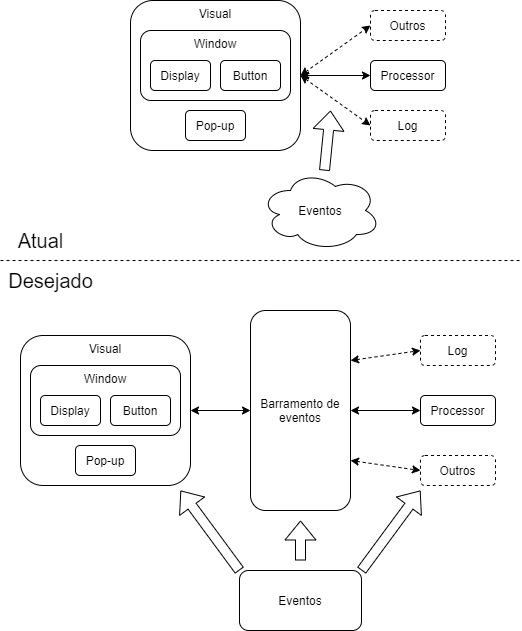
Above: diagramas/2020_05_30_eventos.png in boi-tata/event_driven_calculator (draw.io), before the change. Source tidied: cells renumbered, new cells last; positions are measured from the earlier drawing's top-left corner, leaving out a move shared by most shapes.
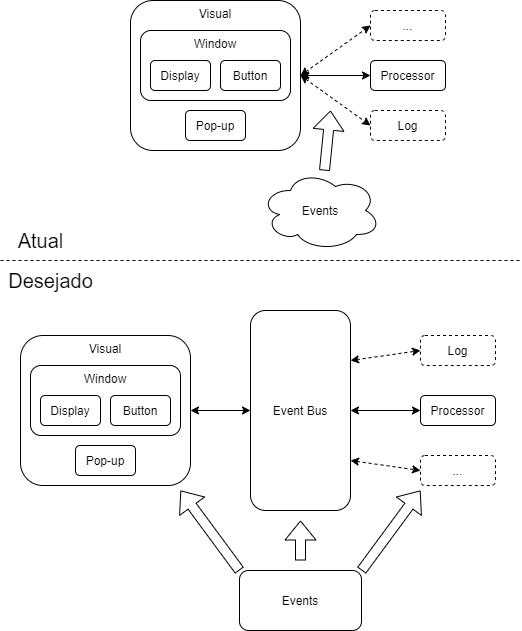
After the commit.

Commit message:
Elementos do diagrama renomeados

The edit, as a diff of the source:
```diff
@@ -2,7 +2,7 @@
   <root>
     <mxCell id="0" />
     <mxCell id="1" parent="0" />
-    <mxCell id="2" style="group;" parent="1" vertex="1">
+    <mxCell id="2" style="group;dashed=1;" parent="1" vertex="1">
       <mxGeometry x="20" y="335" width="170" height="150" as="geometry" />
     </mxCell>
     <mxCell id="3" value="Visual" style="rounded=1;whiteSpace=wrap;html=1;verticalAlign=top;" parent="2" vertex="1">
@@ -20,7 +20,7 @@
     <mxCell id="7" value="Pop-up" style="rounded=1;whiteSpace=wrap;html=1;" parent="2" vertex="1">
       <mxGeometry x="55" y="110" width="60" height="30" as="geometry" />
     </mxCell>
-    <mxCell id="8" value="Barramento de eventos" style="rounded=1;whiteSpace=wrap;html=1;" parent="1" vertex="1">
+    <mxCell id="8" value="Event Bus" style="rounded=1;whiteSpace=wrap;html=1;" parent="1" vertex="1">
       <mxGeometry x="250" y="310" width="100" height="200" as="geometry" />
     </mxCell>
     <mxCell id="9" value="Processor" style="rounded=1;whiteSpace=wrap;html=1;" parent="1" vertex="1">
@@ -77,7 +77,7 @@
     <mxCell id="24" style="endArrow=classic;startArrow=classic;html=1;exitX=1;exitY=0.5;exitDx=0;exitDy=0;entryX=0;entryY=0.5;entryDx=0;entryDy=0;dashed=1;" parent="1" edge="1" source="13" target="23">
       <mxGeometry relative="1" as="geometry" />
     </mxCell>
-    <mxCell id="25" value="Outros" style="rounded=1;whiteSpace=wrap;html=1;dashed=1;" parent="1" vertex="1">
+    <mxCell id="25" value="..." style="rounded=1;whiteSpace=wrap;html=1;dashed=1;" parent="1" vertex="1">
       <mxGeometry x="370" y="10" width="75" height="30" as="geometry" />
     </mxCell>
     <mxCell id="26" style="endArrow=classic;startArrow=classic;html=1;entryX=0;entryY=0.5;entryDx=0;entryDy=0;exitX=1;exitY=0.5;exitDx=0;exitDy=0;dashed=1;" parent="1" edge="1" source="13" target="25">
@@ -86,7 +86,7 @@
     <mxCell id="27" value="Log" style="rounded=1;whiteSpace=wrap;html=1;dashed=1;" parent="1" vertex="1">
       <mxGeometry x="420" y="335" width="75" height="30" as="geometry" />
     </mxCell>
-    <mxCell id="28" value="Outros" style="rounded=1;whiteSpace=wrap;html=1;dashed=1;" parent="1" vertex="1">
+    <mxCell id="28" value="..." style="rounded=1;whiteSpace=wrap;html=1;dashed=1;" parent="1" vertex="1">
       <mxGeometry x="420" y="455" width="75" height="30" as="geometry" />
     </mxCell>
     <mxCell id="29" style="endArrow=classic;startArrow=classic;html=1;exitX=1;exitY=0.25;exitDx=0;exitDy=0;entryX=0;entryY=0.5;entryDx=0;entryDy=0;dashed=1;" parent="1" edge="1" source="8" target="27">
@@ -95,7 +95,7 @@
     <mxCell id="30" style="endArrow=classic;startArrow=classic;html=1;exitX=1;exitY=0.75;exitDx=0;exitDy=0;entryX=0;entryY=0.5;entryDx=0;entryDy=0;dashed=1;" parent="1" edge="1" source="8" target="28">
       <mxGeometry relative="1" as="geometry" />
     </mxCell>
-    <mxCell id="31" value="Eventos" style="ellipse;shape=cloud;whiteSpace=wrap;html=1;" parent="1" vertex="1">
+    <mxCell id="31" value="Events" style="ellipse;shape=cloud;whiteSpace=wrap;html=1;" parent="1" vertex="1">
       <mxGeometry x="260" y="170" width="120" height="80" as="geometry" />
     </mxCell>
     <mxCell id="32" style="shape=flexArrow;endArrow=classic;html=1;" parent="1" edge="1" source="31">
@@ -103,7 +103,7 @@
         <mxPoint x="330" y="110" as="targetPoint" />
       </mxGeometry>
     </mxCell>
-    <mxCell id="33" value="Eventos" style="rounded=1;whiteSpace=wrap;html=1;" parent="1" vertex="1">
+    <mxCell id="33" value="Events" style="rounded=1;whiteSpace=wrap;html=1;" parent="1" vertex="1">
       <mxGeometry x="239" y="570" width="122" height="60" as="geometry" />
     </mxCell>
     <mxCell id="34" style="shape=flexArrow;endArrow=classic;html=1;exitX=0;exitY=0;exitDx=0;exitDy=0;" parent="1" edge="1" source="33">
```
